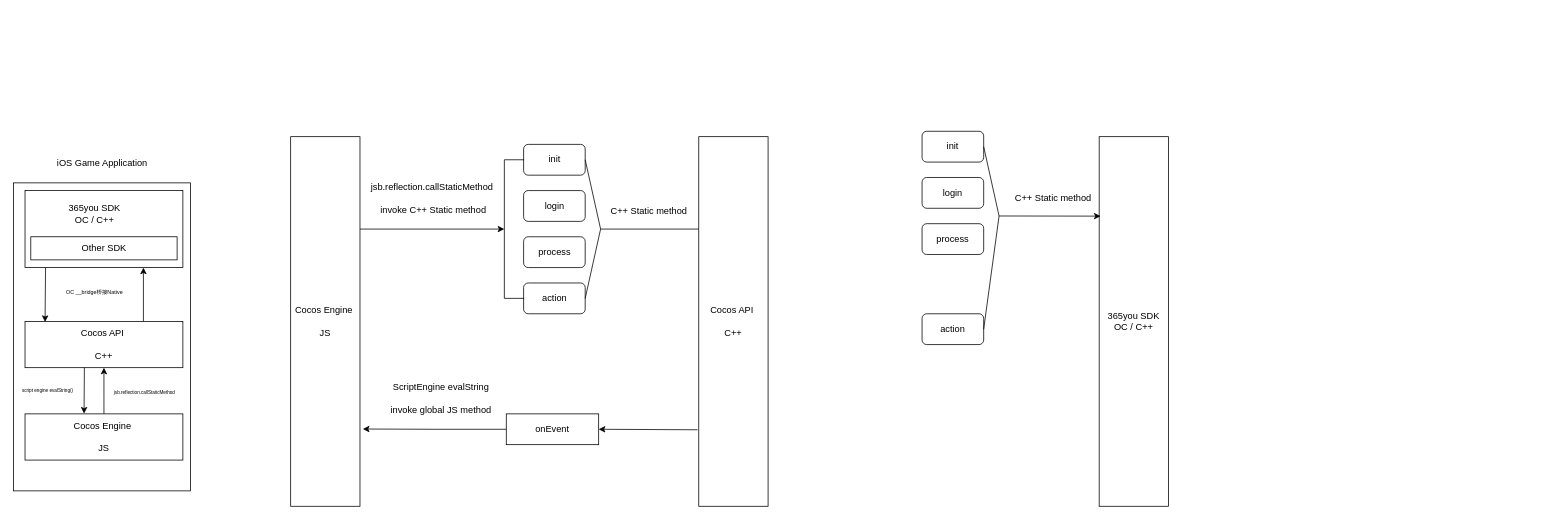
This is Untitled Diagram.drawio from darren-you/drawio, a draw.io file, before an edit. Source tidied: cells renumbered, new cells numbered last; positions are measured from the earlier drawing's top-left corner, leaving out a move shared by most shapes. Both pictures are drawn from the tidied source at 77%, with x=0, y=0 at pixel (13, 131).
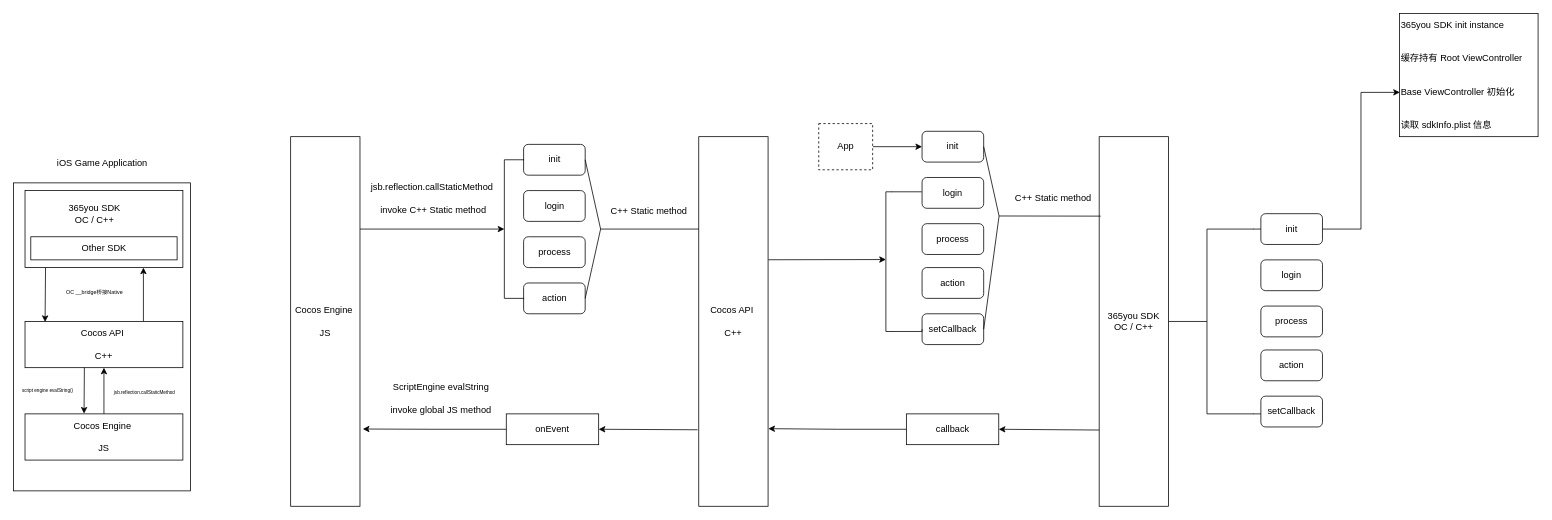
The same diagram, later.

Unchanged cells that the change refers to:
```xml
<mxCell id="16" value="Cocos API&amp;nbsp;&lt;div&gt;&lt;br&gt;&lt;/div&gt;&lt;div&gt;C++&lt;/div&gt;" style="whiteSpace=wrap;html=1;" parent="1" vertex="1">
  <mxGeometry x="890" y="7" width="90" height="480" as="geometry" />
</mxCell>
<mxCell id="19" value="&lt;span style=&quot;white-space: nowrap;&quot;&gt;365you SDK&lt;/span&gt;&lt;div style=&quot;white-space: nowrap;&quot;&gt;OC / C++&lt;/div&gt;" style="whiteSpace=wrap;html=1;labelBorderColor=none;" parent="1" vertex="1">
  <mxGeometry x="1410" y="7" width="90" height="480" as="geometry" />
</mxCell>
<mxCell id="34" value="init" style="rounded=1;whiteSpace=wrap;html=1;" parent="1" vertex="1">
  <mxGeometry x="1180" width="80" height="40" as="geometry" />
</mxCell>
<mxCell id="35" value="login" style="rounded=1;whiteSpace=wrap;html=1;" parent="1" vertex="1">
  <mxGeometry x="1180" y="60" width="80" height="40" as="geometry" />
</mxCell>
<mxCell id="40" style="shape=partialRectangle;whiteSpace=wrap;html=1;bottom=1;right=1;left=1;top=0;fillColor=none;routingCenterX=-0.5;rotation=-90;" parent="1" vertex="1">
  <mxGeometry x="1190" y="110" width="180" as="geometry" />
</mxCell>
```

Diff of the diagram source:
```diff
@@
+    <mxCell id="44" style="edgeStyle=orthogonalEdgeStyle;rounded=0;jettySize=auto;html=1;exitX=1;exitY=0.5;exitDx=0;exitDy=0;endArrow=none;endFill=0;" parent="1" edge="1" source="19" target="58">
+      <mxGeometry relative="1" as="geometry" />
+    </mxCell>
@@
-    <mxCell id="37" value="action" style="rounded=1;whiteSpace=wrap;html=1;" parent="1" vertex="1">
+    <mxCell id="37" value="setCallback" style="rounded=1;whiteSpace=wrap;html=1;" parent="1" vertex="1">
       <mxGeometry x="1180" y="237" width="80" height="40" as="geometry" />
     </mxCell>
@@
-    <mxCell id="42" style="edgeStyle=none;jettySize=auto;html=1;rounded=0;entryX=0.021;entryY=0.215;entryDx=0;entryDy=0;entryPerimeter=0;" parent="1" edge="1" source="40" target="19">
+    <mxCell id="42" style="edgeStyle=none;jettySize=auto;html=1;rounded=0;entryX=0.021;entryY=0.215;entryDx=0;entryDy=0;entryPerimeter=0;endArrow=none;endFill=0;" parent="1" edge="1" source="40" target="19">
       <mxGeometry relative="1" as="geometry" />
     </mxCell>
@@
+    <mxCell id="45" value="action" style="rounded=1;whiteSpace=wrap;html=1;" parent="1" vertex="1">
+      <mxGeometry x="1180" y="177" width="80" height="40" as="geometry" />
+    </mxCell>
+    <mxCell id="46" style="edgeStyle=orthogonalEdgeStyle;rounded=0;jettySize=auto;html=1;exitX=1;exitY=0;exitDx=0;exitDy=0;entryX=0;entryY=0.5;entryDx=0;entryDy=0;endArrow=none;endFill=0;" parent="1" edge="1" source="47" target="37">
+      <mxGeometry relative="1" as="geometry">
+        <Array as="points">
+          <mxPoint x="1180" y="260" />
+        </Array>
+      </mxGeometry>
+    </mxCell>
+    <mxCell id="47" style="shape=partialRectangle;whiteSpace=wrap;html=1;bottom=1;right=1;left=1;top=0;fillColor=none;routingCenterX=-0.5;rotation=90;" parent="1" vertex="1">
+      <mxGeometry x="1045.8" y="165.8" width="181.4" height="7" as="geometry" />
+    </mxCell>
+    <mxCell id="48" value="callback" style="whiteSpace=wrap;html=1;" parent="1" vertex="1">
+      <mxGeometry x="1159.6" y="367" width="120" height="40" as="geometry" />
+    </mxCell>
+    <mxCell id="49" style="edgeStyle=none;jettySize=auto;html=1;rounded=0;entryX=1;entryY=0.5;entryDx=0;entryDy=0;exitX=0.004;exitY=0.898;exitDx=0;exitDy=0;exitPerimeter=0;" parent="1" edge="1" target="48">
+      <mxGeometry relative="1" as="geometry">
+        <mxPoint x="1410" y="388" as="sourcePoint" />
+      </mxGeometry>
+    </mxCell>
+    <mxCell id="50" style="edgeStyle=orthogonalEdgeStyle;rounded=0;jettySize=auto;html=1;exitX=0;exitY=0.5;exitDx=0;exitDy=0;entryX=1.004;entryY=0.79;entryDx=0;entryDy=0;entryPerimeter=0;" parent="1" edge="1" source="48" target="16">
+      <mxGeometry relative="1" as="geometry" />
+    </mxCell>
+    <mxCell id="51" style="group;" parent="1" vertex="1">
+      <mxGeometry x="1550" y="107" width="150" height="277" as="geometry" />
+    </mxCell>
+    <mxCell id="52" value="init" style="rounded=1;whiteSpace=wrap;html=1;" parent="51" vertex="1">
+      <mxGeometry x="70" width="80" height="40" as="geometry" />
+    </mxCell>
+    <mxCell id="53" value="login" style="rounded=1;whiteSpace=wrap;html=1;" parent="51" vertex="1">
+      <mxGeometry x="70" y="60" width="80" height="40" as="geometry" />
+    </mxCell>
+    <mxCell id="54" value="process" style="rounded=1;whiteSpace=wrap;html=1;" parent="51" vertex="1">
+      <mxGeometry x="70" y="120" width="80" height="40" as="geometry" />
+    </mxCell>
+    <mxCell id="55" value="setCallback" style="rounded=1;whiteSpace=wrap;html=1;" parent="51" vertex="1">
+      <mxGeometry x="70" y="237" width="80" height="40" as="geometry" />
+    </mxCell>
+    <mxCell id="56" value="action" style="rounded=1;whiteSpace=wrap;html=1;" parent="51" vertex="1">
+      <mxGeometry x="70" y="177" width="80" height="40" as="geometry" />
+    </mxCell>
+    <mxCell id="57" style="edgeStyle=orthogonalEdgeStyle;rounded=0;jettySize=auto;html=1;exitX=0;exitY=0;exitDx=0;exitDy=0;entryX=0;entryY=0.5;entryDx=0;entryDy=0;endArrow=none;endFill=0;" parent="51" edge="1" source="58" target="52">
+      <mxGeometry relative="1" as="geometry" />
+    </mxCell>
+    <mxCell id="58" style="shape=partialRectangle;whiteSpace=wrap;html=1;bottom=1;right=1;left=1;top=0;fillColor=none;routingCenterX=-0.5;rotation=90;" parent="51" vertex="1">
+      <mxGeometry x="-90" y="110" width="240" height="60" as="geometry" />
+    </mxCell>
+    <mxCell id="59" style="edgeStyle=orthogonalEdgeStyle;rounded=0;jettySize=auto;html=1;exitX=1;exitY=0;exitDx=0;exitDy=0;entryX=0;entryY=0.575;entryDx=0;entryDy=0;entryPerimeter=0;endArrow=none;endFill=0;" parent="51" edge="1" source="58" target="55">
+      <mxGeometry relative="1" as="geometry" />
+    </mxCell>
+    <mxCell id="60" style="edgeStyle=orthogonalEdgeStyle;rounded=0;jettySize=auto;html=1;exitX=0;exitY=0;exitDx=0;exitDy=0;entryX=-0.005;entryY=0.454;entryDx=0;entryDy=0;entryPerimeter=0;endArrow=none;endFill=0;" parent="1" edge="1" source="47" target="35">
+      <mxGeometry relative="1" as="geometry" />
+    </mxCell>
+    <mxCell id="61" style="edgeStyle=none;jettySize=auto;html=1;rounded=0;exitX=1.003;exitY=0.333;exitDx=0;exitDy=0;exitPerimeter=0;entryX=0.485;entryY=1;entryDx=0;entryDy=0;entryPerimeter=0;" parent="1" edge="1" source="16" target="47">
+      <mxGeometry relative="1" as="geometry" />
+    </mxCell>
+    <mxCell id="62" style="edgeStyle=orthogonalEdgeStyle;rounded=0;jettySize=auto;html=1;exitX=1;exitY=0.5;exitDx=0;exitDy=0;entryX=0;entryY=0.5;entryDx=0;entryDy=0;" parent="1" edge="1" source="63" target="34">
+      <mxGeometry relative="1" as="geometry" />
+    </mxCell>
+    <mxCell id="63" value="App" style="rounded=0;whiteSpace=wrap;html=1;dashed=1;" parent="1" vertex="1">
+      <mxGeometry x="1045.8" y="-10" width="70" height="60" as="geometry" />
+    </mxCell>
+    <mxCell id="64" style="group;rounded=0;fillColor=default;gradientColor=none;strokeColor=default;" parent="1" vertex="1">
+      <mxGeometry x="1800" y="-153" width="180" height="160" as="geometry" />
+    </mxCell>
+    <mxCell id="65" value="缓存持有 Root ViewController" style="text;html=1;align=left;verticalAlign=middle;strokeColor=none;fillColor=none;" parent="64" vertex="1">
+      <mxGeometry y="43" width="180" height="30" as="geometry" />
+    </mxCell>
+    <mxCell id="66" value="365you SDK init instance" style="text;html=1;align=left;verticalAlign=middle;strokeColor=none;fillColor=none;" parent="64" vertex="1">
+      <mxGeometry width="160" height="30" as="geometry" />
+    </mxCell>
+    <mxCell id="67" value="Base ViewController 初始化" style="text;html=1;align=left;verticalAlign=middle;points=[];strokeColor=none;fillColor=none;" parent="64" vertex="1">
+      <mxGeometry y="87" width="170" height="30" as="geometry" />
+    </mxCell>
+    <mxCell id="68" value="读取 sdkInfo.plist 信息" style="text;html=1;align=left;verticalAlign=middle;strokeColor=none;fillColor=none;" parent="64" vertex="1">
+      <mxGeometry y="130" width="140" height="30" as="geometry" />
+    </mxCell>
+    <mxCell id="69" style="edgeStyle=orthogonalEdgeStyle;rounded=0;jettySize=auto;html=1;exitX=1;exitY=0.5;exitDx=0;exitDy=0;entryX=0.003;entryY=0.515;entryDx=0;entryDy=0;entryPerimeter=0;" parent="1" edge="1" source="52" target="67">
+      <mxGeometry relative="1" as="geometry" />
+    </mxCell>
```
